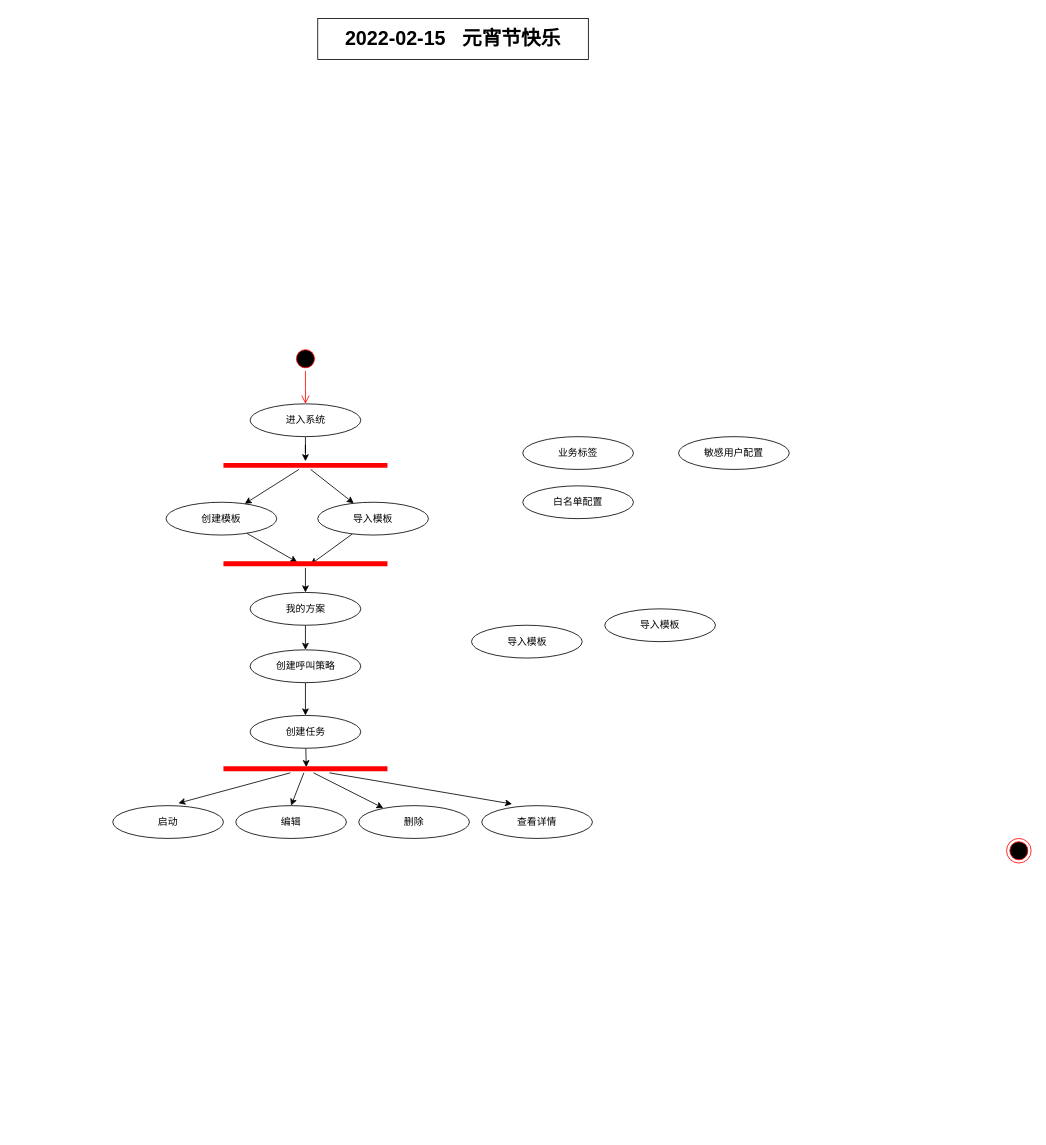
Before: cc/Untitled Diagram.drawio in onlystarczyw/UML, a draw.io diagram. Source tidied: cells renumbered, new cells numbered last; positions are measured from the earlier drawing's top-left corner, leaving out a move shared by most shapes. Both pictures are drawn from the tidied source at 82%, with x=0, y=0 at pixel (112, 18).
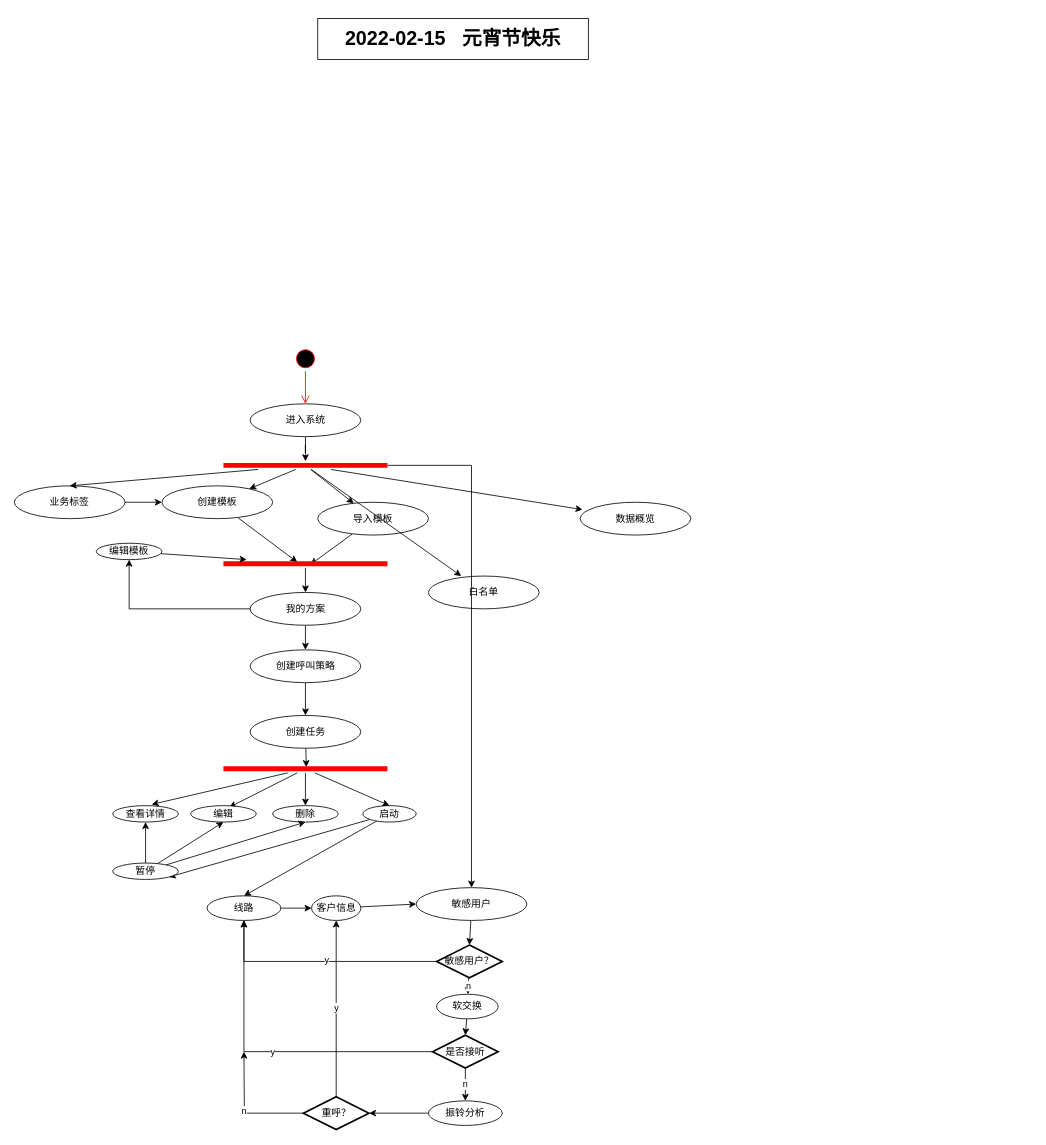
The same diagram, later.

Commit message:
外呼系统流程图

Unchanged cells that the change refers to:
```xml
<mxCell id="9" value="我的方案" style="ellipse;whiteSpace=wrap;html=1;" parent="1" vertex="1">
  <mxGeometry x="167.5" y="700" width="135" height="40" as="geometry" />
</mxCell>
<mxCell id="23" style="shape=line;html=1;strokeWidth=6;strokeColor=#ff0000;" parent="1" vertex="1">
  <mxGeometry x="135" y="540" width="200" height="10" as="geometry" />
</mxCell>
<mxCell id="25" style="shape=line;html=1;strokeWidth=6;strokeColor=#ff0000;" parent="1" vertex="1">
  <mxGeometry x="135" y="660" width="200" height="10" as="geometry" />
</mxCell>
<mxCell id="31" style="shape=line;html=1;strokeWidth=6;strokeColor=#ff0000;" parent="1" vertex="1">
  <mxGeometry x="135" y="910" width="200" height="10" as="geometry" />
</mxCell>
```

The edit, as a diff of the source:
```diff
@@
-    <mxCell id="3" style="ellipse;html=1;shape=endState;fillColor=#000000;strokeColor=#ff0000;" parent="1" vertex="1">
-      <mxGeometry x="1090" y="1000" width="30" height="30" as="geometry" />
-    </mxCell>
@@
     <mxCell id="7" value="创建模板" style="ellipse;whiteSpace=wrap;html=1;" parent="1" vertex="1">
-      <mxGeometry x="65" y="590" width="135" height="40" as="geometry" />
+      <mxGeometry x="60" y="570" width="135" height="40" as="geometry" />
     </mxCell>
@@
+    <mxCell id="37" style="edgeStyle=orthogonalEdgeStyle;rounded=0;jettySize=auto;html=1;entryX=0.5;entryY=1;entryDx=0;entryDy=0;" parent="1" edge="1" source="9" target="53">
+      <mxGeometry relative="1" as="geometry" />
+    </mxCell>
@@
+    <mxCell id="38" style="edgeStyle=none;rounded=0;jettySize=auto;html=1;entryX=0;entryY=0.5;entryDx=0;entryDy=0;" parent="1" edge="1" source="12" target="7">
+      <mxGeometry relative="1" as="geometry" />
+    </mxCell>
     <mxCell id="12" value="业务标签" style="ellipse;whiteSpace=wrap;html=1;" parent="1" vertex="1">
-      <mxGeometry x="500" y="510" width="135" height="40" as="geometry" />
+      <mxGeometry x="-120" y="570" width="135" height="40" as="geometry" />
     </mxCell>
+    <mxCell id="39" style="edgeStyle=none;rounded=0;jettySize=auto;html=1;entryX=0.5;entryY=0;entryDx=0;entryDy=0;entryPerimeter=0;" parent="1" edge="1" source="13" target="61">
+      <mxGeometry relative="1" as="geometry" />
+    </mxCell>
-    <mxCell id="13" value="敏感用户配置" style="ellipse;whiteSpace=wrap;html=1;" parent="1" vertex="1">
-      <mxGeometry x="690" y="510" width="135" height="40" as="geometry" />
+    <mxCell id="13" value="敏感用户" style="ellipse;whiteSpace=wrap;html=1;" parent="1" vertex="1">
+      <mxGeometry x="370" y="1060" width="135" height="40" as="geometry" />
     </mxCell>
-    <mxCell id="14" value="白名单配置" style="ellipse;whiteSpace=wrap;html=1;" parent="1" vertex="1">
-      <mxGeometry x="500" y="570" width="135" height="40" as="geometry" />
+    <mxCell id="14" value="白名单" style="ellipse;whiteSpace=wrap;html=1;" parent="1" vertex="1">
+      <mxGeometry x="385" y="680" width="135" height="40" as="geometry" />
     </mxCell>
@@
+    <mxCell id="40" style="edgeStyle=none;rounded=0;jettySize=auto;html=1;entryX=0.5;entryY=0;entryDx=0;entryDy=0;" parent="1" edge="1" source="23" target="12">
+      <mxGeometry relative="1" as="geometry" />
+    </mxCell>
+    <mxCell id="41" style="edgeStyle=orthogonalEdgeStyle;rounded=0;jettySize=auto;html=1;" parent="1" edge="1" source="23" target="13">
+      <mxGeometry relative="1" as="geometry" />
+    </mxCell>
+    <mxCell id="42" style="edgeStyle=none;rounded=0;jettySize=auto;html=1;entryX=0.296;entryY=0;entryDx=0;entryDy=0;entryPerimeter=0;" parent="1" edge="1" source="23" target="14">
+      <mxGeometry relative="1" as="geometry" />
+    </mxCell>
+    <mxCell id="43" style="edgeStyle=none;rounded=0;jettySize=auto;html=1;entryX=0.022;entryY=0.225;entryDx=0;entryDy=0;entryPerimeter=0;" parent="1" edge="1" source="23" target="44">
+      <mxGeometry relative="1" as="geometry" />
+    </mxCell>
@@
-    <mxCell id="26" value="导入模板" style="ellipse;whiteSpace=wrap;html=1;" parent="1" vertex="1">
-      <mxGeometry x="437.5" y="740" width="135" height="40" as="geometry" />
-    </mxCell>
@@
-    <mxCell id="28" style="edgeStyle=none;rounded=0;jettySize=auto;html=1;entryX=0.5;entryY=0;entryDx=0;entryDy=0;" parent="1" edge="1" source="31" target="33">
+    <mxCell id="28" style="edgeStyle=none;rounded=0;jettySize=auto;html=1;entryX=0.588;entryY=0.1;entryDx=0;entryDy=0;entryPerimeter=0;" parent="1" edge="1" source="31" target="33">
       <mxGeometry relative="1" as="geometry" />
     </mxCell>
-    <mxCell id="29" style="edgeStyle=none;rounded=0;jettySize=auto;html=1;entryX=0.222;entryY=0.075;entryDx=0;entryDy=0;entryPerimeter=0;" parent="1" edge="1" source="31" target="35">
+    <mxCell id="29" style="edgeStyle=none;rounded=0;jettySize=auto;html=1;entryX=0.5;entryY=0;entryDx=0;entryDy=0;" parent="1" edge="1" source="31" target="35">
       <mxGeometry relative="1" as="geometry" />
     </mxCell>
-    <mxCell id="30" style="edgeStyle=none;rounded=0;jettySize=auto;html=1;entryX=0.274;entryY=-0.05;entryDx=0;entryDy=0;entryPerimeter=0;" parent="1" edge="1" source="31" target="36">
+    <mxCell id="30" style="edgeStyle=none;rounded=0;jettySize=auto;html=1;entryX=0.5;entryY=0;entryDx=0;entryDy=0;" parent="1" edge="1" source="31" target="47">
       <mxGeometry relative="1" as="geometry" />
     </mxCell>
@@
-    <mxCell id="32" value="启动" style="ellipse;whiteSpace=wrap;html=1;" parent="1" vertex="1">
-      <mxGeometry y="960" width="135" height="40" as="geometry" />
+    <mxCell id="32" value="查看详情" style="ellipse;whiteSpace=wrap;html=1;" parent="1" vertex="1">
+      <mxGeometry y="960" width="80" height="20" as="geometry" />
     </mxCell>
+    <mxCell id="44" value="数据概览" style="ellipse;whiteSpace=wrap;html=1;" parent="1" vertex="1">
+      <mxGeometry x="570" y="590" width="135" height="40" as="geometry" />
+    </mxCell>
     <mxCell id="33" value="编辑" style="ellipse;whiteSpace=wrap;html=1;" parent="1" vertex="1">
-      <mxGeometry x="150" y="960" width="135" height="40" as="geometry" />
+      <mxGeometry x="95" y="960" width="80" height="20" as="geometry" />
     </mxCell>
-    <mxCell id="34" value="导入模板" style="ellipse;whiteSpace=wrap;html=1;" parent="1" vertex="1">
-      <mxGeometry x="600" y="720" width="135" height="40" as="geometry" />
-    </mxCell>
     <mxCell id="35" value="删除" style="ellipse;whiteSpace=wrap;html=1;" parent="1" vertex="1">
-      <mxGeometry x="300" y="960" width="135" height="40" as="geometry" />
+      <mxGeometry x="195" y="960" width="80" height="20" as="geometry" />
     </mxCell>
-    <mxCell id="36" value="查看详情" style="ellipse;whiteSpace=wrap;html=1;" parent="1" vertex="1">
-      <mxGeometry x="450" y="960" width="135" height="40" as="geometry" />
-    </mxCell>
+    <mxCell id="45" style="edgeStyle=none;rounded=0;jettySize=auto;html=1;entryX=1;entryY=1;entryDx=0;entryDy=0;" parent="1" edge="1" source="47" target="51">
+      <mxGeometry relative="1" as="geometry" />
+    </mxCell>
+    <mxCell id="46" style="edgeStyle=none;rounded=0;jettySize=auto;html=1;entryX=0.5;entryY=0;entryDx=0;entryDy=0;" parent="1" edge="1" source="47" target="72">
+      <mxGeometry relative="1" as="geometry" />
+    </mxCell>
+    <mxCell id="47" value="启动" style="ellipse;whiteSpace=wrap;html=1;" parent="1" vertex="1">
+      <mxGeometry x="305" y="960" width="65" height="20" as="geometry" />
+    </mxCell>
+    <mxCell id="48" style="edgeStyle=none;rounded=0;jettySize=auto;html=1;entryX=0.5;entryY=1;entryDx=0;entryDy=0;" parent="1" edge="1" source="51" target="33">
+      <mxGeometry relative="1" as="geometry" />
+    </mxCell>
+    <mxCell id="49" style="edgeStyle=none;rounded=0;jettySize=auto;html=1;entryX=0.5;entryY=1;entryDx=0;entryDy=0;" parent="1" edge="1" source="51" target="35">
+      <mxGeometry relative="1" as="geometry" />
+    </mxCell>
+    <mxCell id="50" style="edgeStyle=none;rounded=0;jettySize=auto;html=1;entryX=0.5;entryY=1;entryDx=0;entryDy=0;" parent="1" edge="1" source="51" target="32">
+      <mxGeometry relative="1" as="geometry" />
+    </mxCell>
+    <mxCell id="51" value="暂停" style="ellipse;whiteSpace=wrap;html=1;" parent="1" vertex="1">
+      <mxGeometry y="1030" width="80" height="20" as="geometry" />
+    </mxCell>
+    <mxCell id="52" style="rounded=0;jettySize=auto;html=1;" parent="1" edge="1" source="53" target="25">
+      <mxGeometry relative="1" as="geometry" />
+    </mxCell>
+    <mxCell id="53" value="编辑模板" style="ellipse;whiteSpace=wrap;html=1;" parent="1" vertex="1">
+      <mxGeometry x="-20" y="640" width="80" height="20" as="geometry" />
+    </mxCell>
+    <mxCell id="54" style="edgeStyle=none;rounded=0;jettySize=auto;html=1;entryX=0;entryY=0.5;entryDx=0;entryDy=0;" parent="1" edge="1" source="55" target="13">
+      <mxGeometry relative="1" as="geometry" />
+    </mxCell>
+    <mxCell id="55" value="客户信息" style="ellipse;whiteSpace=wrap;html=1;" parent="1" vertex="1">
+      <mxGeometry x="242.5" y="1070" width="60" height="30" as="geometry" />
+    </mxCell>
+    <mxCell id="56" style="edgeStyle=none;rounded=0;jettySize=auto;html=1;entryX=0.5;entryY=0;entryDx=0;entryDy=0;entryPerimeter=0;" parent="1" edge="1" source="57" target="64">
+      <mxGeometry relative="1" as="geometry" />
+    </mxCell>
+    <mxCell id="57" value="软交换" style="ellipse;whiteSpace=wrap;html=1;" parent="1" vertex="1">
+      <mxGeometry x="395" y="1190" width="75" height="30" as="geometry" />
+    </mxCell>
+    <mxCell id="58" style="edgeStyle=orthogonalEdgeStyle;rounded=0;jettySize=auto;html=1;entryX=0.5;entryY=1;entryDx=0;entryDy=0;" parent="1" edge="1" source="61" target="72">
+      <mxGeometry relative="1" as="geometry" />
+    </mxCell>
+    <mxCell id="59" value="y" style="edgeLabel;html=1;align=center;verticalAlign=middle;" parent="58" vertex="1">
+      <mxGeometry x="-0.05" y="-3" relative="1" as="geometry" />
+    </mxCell>
+    <mxCell id="60" value="n" style="edgeStyle=none;rounded=0;jettySize=auto;html=1;" parent="1" edge="1" source="61" target="57">
+      <mxGeometry relative="1" as="geometry" />
+    </mxCell>
+    <mxCell id="61" value="敏感用户？" style="strokeWidth=2;html=1;shape=mxgraph.flowchart.decision;whiteSpace=wrap;" parent="1" vertex="1">
+      <mxGeometry x="395" y="1130" width="80" height="40" as="geometry" />
+    </mxCell>
+    <mxCell id="62" value="y" style="edgeStyle=orthogonalEdgeStyle;rounded=0;jettySize=auto;html=1;entryX=0.5;entryY=1;entryDx=0;entryDy=0;" parent="1" edge="1" source="64" target="72">
+      <mxGeometry relative="1" as="geometry" />
+    </mxCell>
+    <mxCell id="63" value="n" style="edgeStyle=none;rounded=0;jettySize=auto;html=1;entryX=0.5;entryY=0;entryDx=0;entryDy=0;" parent="1" edge="1" source="64" target="66">
+      <mxGeometry relative="1" as="geometry" />
+    </mxCell>
+    <mxCell id="64" value="是否接听" style="strokeWidth=2;html=1;shape=mxgraph.flowchart.decision;whiteSpace=wrap;" parent="1" vertex="1">
+      <mxGeometry x="390" y="1240" width="80" height="40" as="geometry" />
+    </mxCell>
+    <mxCell id="65" style="edgeStyle=none;rounded=0;jettySize=auto;html=1;" parent="1" edge="1" source="66" target="70">
+      <mxGeometry relative="1" as="geometry" />
+    </mxCell>
+    <mxCell id="66" value="振铃分析" style="ellipse;whiteSpace=wrap;html=1;" parent="1" vertex="1">
+      <mxGeometry x="385" y="1320" width="90" height="30" as="geometry" />
+    </mxCell>
+    <mxCell id="67" style="edgeStyle=none;rounded=0;orthogonalLoop=1;jettySize=auto;html=1;exitX=0;exitY=0;exitDx=0;exitDy=0;" parent="1" edge="1" source="66" target="66">
+      <mxGeometry relative="1" as="geometry" />
+    </mxCell>
+    <mxCell id="68" value="n" style="edgeStyle=orthogonalEdgeStyle;rounded=0;jettySize=auto;html=1;" parent="1" edge="1" source="70">
+      <mxGeometry relative="1" as="geometry">
+        <mxPoint x="160" y="1260" as="targetPoint" />
+      </mxGeometry>
+    </mxCell>
+    <mxCell id="69" value="y" style="edgeStyle=orthogonalEdgeStyle;rounded=0;jettySize=auto;html=1;entryX=0.5;entryY=1;entryDx=0;entryDy=0;" parent="1" edge="1" source="70" target="55">
+      <mxGeometry relative="1" as="geometry" />
+    </mxCell>
+    <mxCell id="70" value="重呼？" style="strokeWidth=2;html=1;shape=mxgraph.flowchart.decision;whiteSpace=wrap;" parent="1" vertex="1">
+      <mxGeometry x="232.5" y="1315" width="80" height="40" as="geometry" />
+    </mxCell>
+    <mxCell id="71" style="edgeStyle=none;rounded=0;jettySize=auto;html=1;" parent="1" edge="1" source="72" target="55">
+      <mxGeometry relative="1" as="geometry" />
+    </mxCell>
+    <mxCell id="72" value="线路" style="ellipse;whiteSpace=wrap;html=1;" parent="1" vertex="1">
+      <mxGeometry x="115" y="1070" width="90" height="30" as="geometry" />
+    </mxCell>
```
